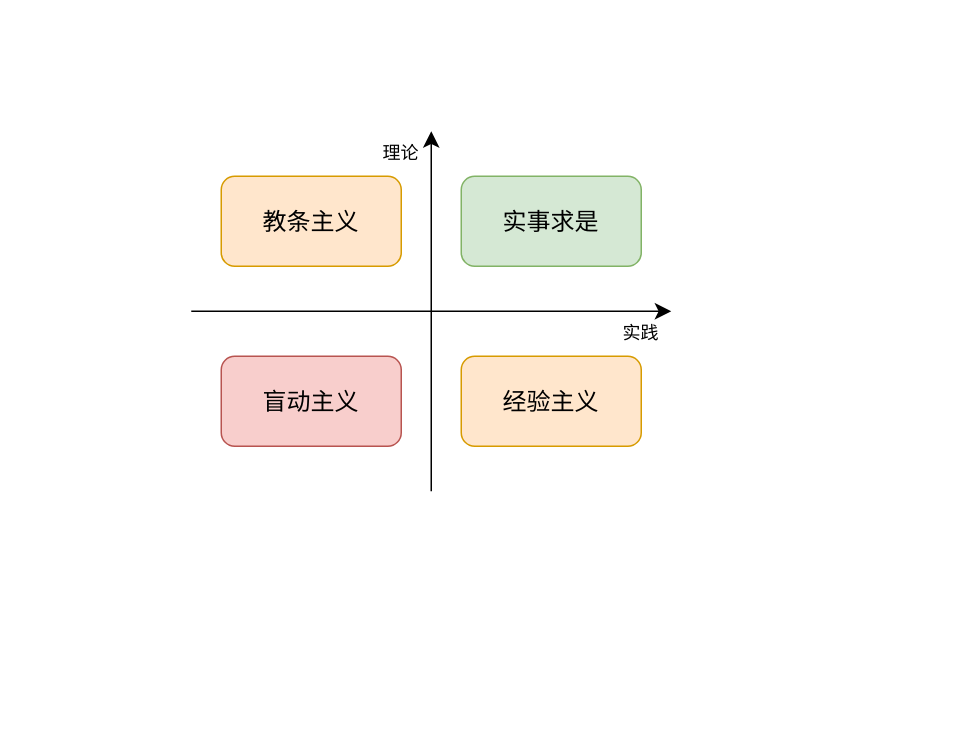
Above: page "理论与实践四象限" (5 of 8) of content/maoism/assets/src/毛泽东思想.drawio in bowenEI/bowenEI.github.io (draw.io), before the change. Source tidied: cells renumbered, new cells numbered last; positions are measured from the earlier drawing's top-left corner, leaving out a move shared by most shapes. Both pictures are drawn from the tidied source at 150%, with x=0, y=0 at pixel (190, 130).
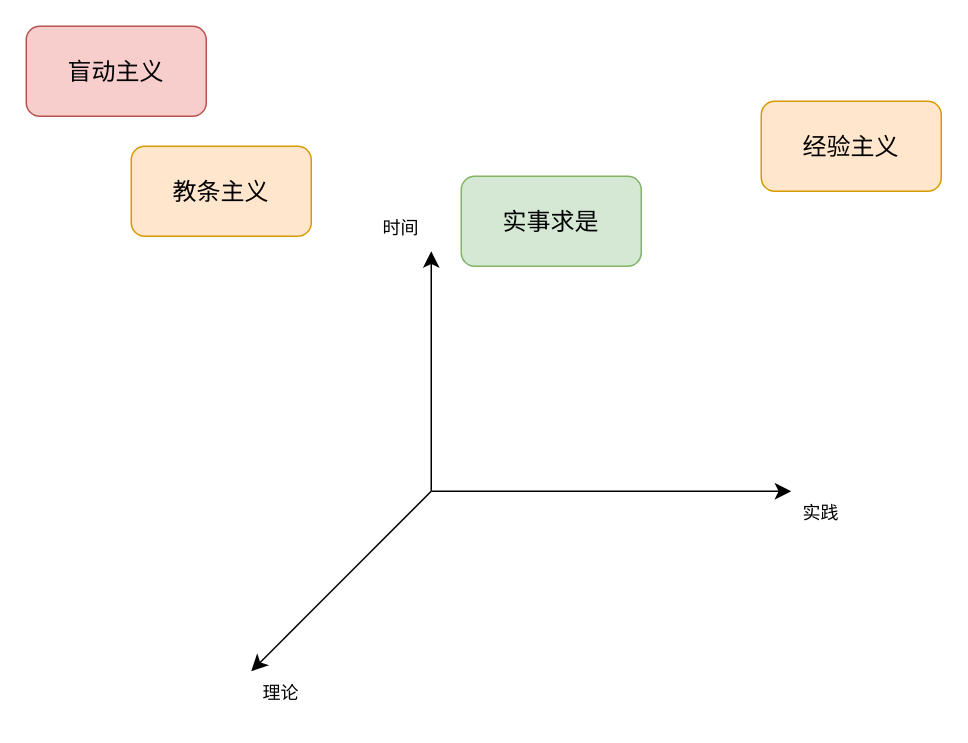
The same page after the edit.

What changed in the source:
```diff
@@
 <mxGraphModel>
   <root>
     <mxCell id="0" />
     <mxCell id="1" parent="0" />
     <mxCell id="2" style="endArrow=classic;html=1;rounded=0;fontSize=12;startSize=8;endSize=8;curved=1;" parent="1" edge="1">
       <mxGeometry relative="1" as="geometry">
-        <mxPoint y="120" as="sourcePoint" />
-        <mxPoint x="320" y="120" as="targetPoint" />
+        <mxPoint x="160" y="240" as="sourcePoint" />
+        <mxPoint x="400" y="240" as="targetPoint" />
       </mxGeometry>
     </mxCell>
     <mxCell id="3" style="endArrow=classic;html=1;rounded=0;fontSize=12;startSize=8;endSize=8;curved=1;" parent="1" edge="1">
       <mxGeometry relative="1" as="geometry">
         <mxPoint x="160" y="240" as="sourcePoint" />
-        <mxPoint x="160" as="targetPoint" />
+        <mxPoint x="160" y="80" as="targetPoint" />
       </mxGeometry>
     </mxCell>
     <mxCell id="4" value="理论" style="text;html=1;align=center;verticalAlign=middle;whiteSpace=wrap;rounded=0;" parent="1" vertex="1">
-      <mxGeometry x="120" width="40" height="30" as="geometry" />
+      <mxGeometry x="40" y="360" width="40" height="30" as="geometry" />
     </mxCell>
     <mxCell id="5" value="实践" style="text;html=1;align=center;verticalAlign=middle;whiteSpace=wrap;rounded=0;" parent="1" vertex="1">
-      <mxGeometry x="280" y="120" width="40" height="30" as="geometry" />
+      <mxGeometry x="400" y="240" width="40" height="30" as="geometry" />
     </mxCell>
     <mxCell id="6" value="实事求是" style="rounded=1;whiteSpace=wrap;html=1;fillColor=#d5e8d4;strokeColor=#82b366;fontSize=16;" parent="1" vertex="1">
       <mxGeometry x="180" y="30" width="120" height="60" as="geometry" />
     </mxCell>
     <mxCell id="7" value="教条主义" style="rounded=1;whiteSpace=wrap;html=1;fillColor=#ffe6cc;strokeColor=#d79b00;fontSize=16;" parent="1" vertex="1">
-      <mxGeometry x="20" y="30" width="120" height="60" as="geometry" />
+      <mxGeometry x="-40" y="10" width="120" height="60" as="geometry" />
     </mxCell>
     <mxCell id="8" value="经验主义" style="rounded=1;whiteSpace=wrap;html=1;fillColor=#ffe6cc;strokeColor=#d79b00;fontSize=16;" parent="1" vertex="1">
-      <mxGeometry x="180" y="150" width="120" height="60" as="geometry" />
+      <mxGeometry x="380" y="-20" width="120" height="60" as="geometry" />
     </mxCell>
     <mxCell id="9" value="盲动主义" style="rounded=1;whiteSpace=wrap;html=1;fillColor=#f8cecc;strokeColor=#b85450;fontSize=16;" parent="1" vertex="1">
-      <mxGeometry x="20" y="150" width="120" height="60" as="geometry" />
+      <mxGeometry x="-110" y="-70" width="120" height="60" as="geometry" />
     </mxCell>
+    <mxCell id="10" style="endArrow=classic;html=1;rounded=0;fontSize=12;startSize=8;endSize=8;curved=1;" parent="1" edge="1">
+      <mxGeometry relative="1" as="geometry">
+        <mxPoint x="160" y="240" as="sourcePoint" />
+        <mxPoint x="40" y="360" as="targetPoint" />
+      </mxGeometry>
+    </mxCell>
+    <mxCell id="11" value="时间" style="text;html=1;align=center;verticalAlign=middle;whiteSpace=wrap;rounded=0;" parent="1" vertex="1">
+      <mxGeometry x="120" y="50" width="40" height="30" as="geometry" />
+    </mxCell>
   </root>
 </mxGraphModel>
```
